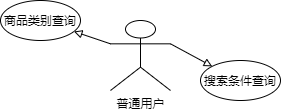
Before: app2.png, a diagram exported from draw.io (jpl007/HelloGit). Source tidied: cells renumbered, new cells last; positions are measured from the earlier drawing's top-left corner, leaving out a move shared by most shapes.
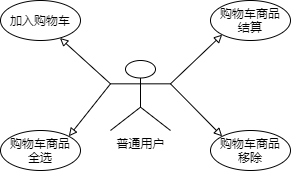
After the change.

What changed in the source:
```diff
@@ -5,11 +5,11 @@
     <mxCell id="2" value="普通用户" style="shape=umlActor;verticalLabelPosition=bottom;verticalAlign=top;html=1;outlineConnect=0;" parent="1" vertex="1">
       <mxGeometry x="110" y="20" width="60" height="70" as="geometry" />
     </mxCell>
-    <mxCell id="3" value="搜索条件查询" style="ellipse;whiteSpace=wrap;html=1;" parent="1" vertex="1">
-      <mxGeometry x="200" y="60" width="80" height="40" as="geometry" />
+    <mxCell id="3" value="购物车商品&lt;br&gt;移除" style="ellipse;whiteSpace=wrap;html=1;" parent="1" vertex="1">
+      <mxGeometry x="210" y="90" width="80" height="40" as="geometry" />
     </mxCell>
-    <mxCell id="4" value="商品类别查询" style="ellipse;whiteSpace=wrap;html=1;" parent="1" vertex="1">
-      <mxGeometry width="80" height="40" as="geometry" />
+    <mxCell id="4" value="加入购物车" style="ellipse;whiteSpace=wrap;html=1;" parent="1" vertex="1">
+      <mxGeometry y="-40" width="80" height="40" as="geometry" />
     </mxCell>
     <mxCell id="5" style="endArrow=block;html=1;endFill=0;exitX=0;exitY=0.3333333333333333;exitDx=0;exitDy=0;exitPerimeter=0;" parent="1" edge="1" source="2" target="4">
       <mxGeometry relative="1" as="geometry" />
@@ -17,5 +17,17 @@
     <mxCell id="6" style="endArrow=block;html=1;endFill=0;entryX=0;entryY=0;entryDx=0;entryDy=0;exitX=1;exitY=0.3333333333333333;exitDx=0;exitDy=0;exitPerimeter=0;" parent="1" edge="1" source="2" target="3">
       <mxGeometry relative="1" as="geometry" />
     </mxCell>
+    <mxCell id="7" value="购物车商品&lt;br&gt;全选" style="ellipse;whiteSpace=wrap;html=1;" parent="1" vertex="1">
+      <mxGeometry y="90" width="80" height="40" as="geometry" />
+    </mxCell>
+    <mxCell id="8" value="购物车商品&lt;br&gt;结算" style="ellipse;whiteSpace=wrap;html=1;" parent="1" vertex="1">
+      <mxGeometry x="210" y="-40" width="80" height="40" as="geometry" />
+    </mxCell>
+    <mxCell id="9" style="endArrow=block;html=1;endFill=0;entryX=0;entryY=1;entryDx=0;entryDy=0;exitX=1;exitY=0.3333333333333333;exitDx=0;exitDy=0;exitPerimeter=0;" parent="1" edge="1" source="2" target="8">
+      <mxGeometry relative="1" as="geometry" />
+    </mxCell>
+    <mxCell id="10" style="endArrow=block;html=1;endFill=0;exitX=0;exitY=0.3333333333333333;exitDx=0;exitDy=0;exitPerimeter=0;entryX=1;entryY=0;entryDx=0;entryDy=0;" parent="1" edge="1" source="2" target="7">
+      <mxGeometry relative="1" as="geometry" />
+    </mxCell>
   </root>
 </mxGraphModel>
```
